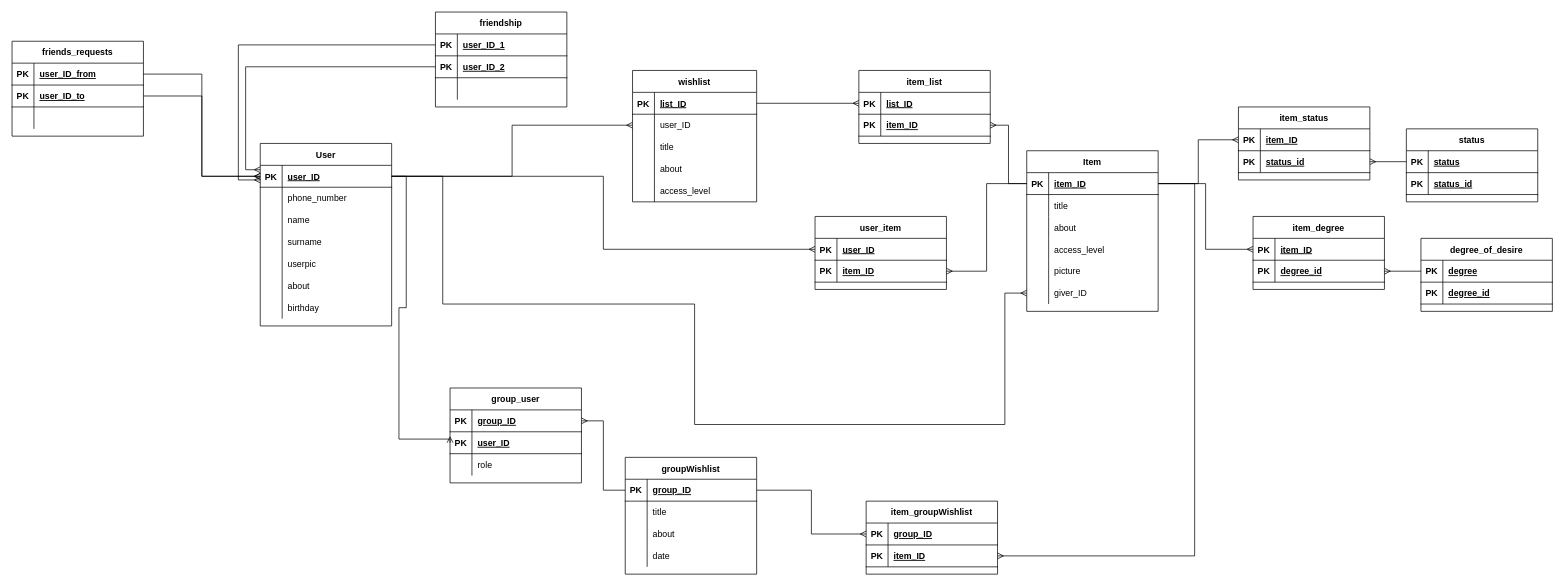
This is ER_wishlist.drawio from johuex/wishlist_rest, a draw.io file, before an edit. Source tidied: cells renumbered, new cells numbered last; positions are measured from the earlier drawing's top-left corner, leaving out a move shared by most shapes. Both pictures are drawn from the tidied source at 73%, with x=0, y=0 at pixel (12, 12).
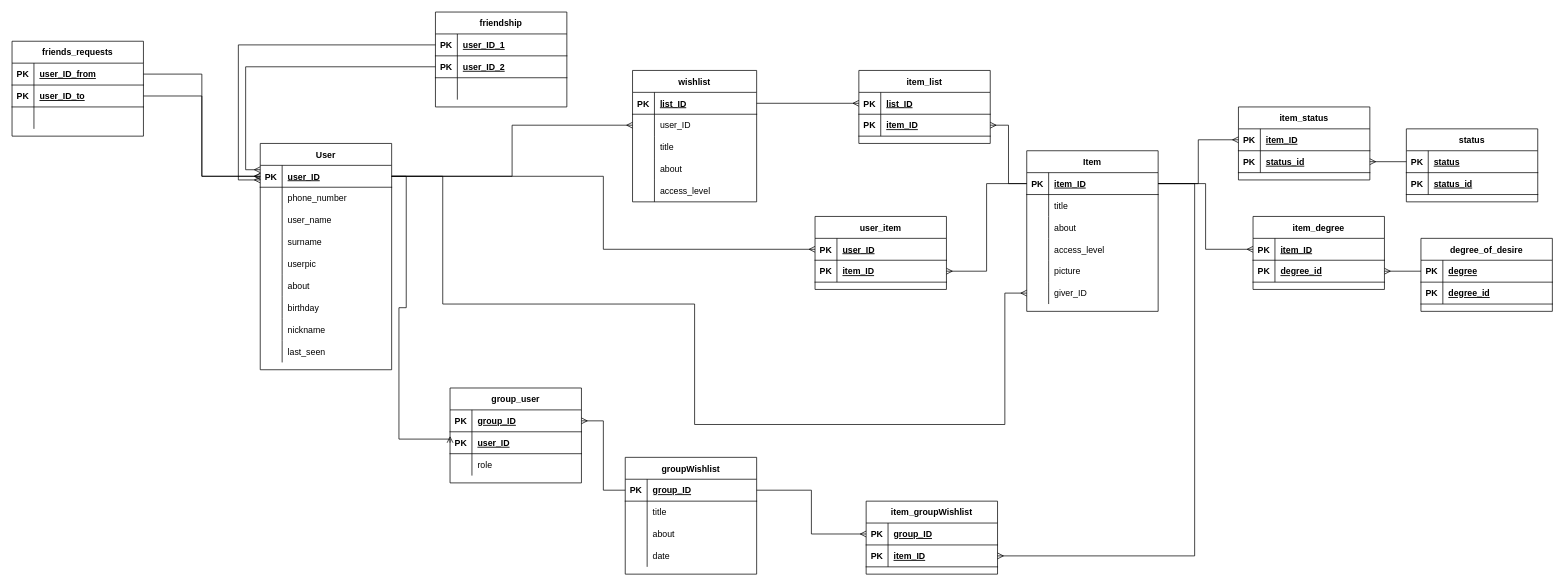
The same diagram, later.

The change refers to these unchanged cells:
```xml
<mxCell id="9" style="shape=partialRectangle;fillColor=none;top=0;left=0;bottom=0;right=0;" parent="2" vertex="1">
  <mxGeometry y="90" width="180" height="30" as="geometry" />
</mxCell>
```

Diff of the diagram source:
```diff
@@
     <mxCell id="2" value="User" style="shape=table;startSize=30;childLayout=tableLayout;rowLines=0;fontStyle=1;align=center;" parent="1" vertex="1">
-      <mxGeometry x="340" y="180" width="180" height="250" as="geometry" />
+      <mxGeometry x="340" y="180" width="180" height="310" as="geometry" />
     </mxCell>
@@
-    <mxCell id="11" value="name" style="shape=partialRectangle;fillColor=none;top=0;left=0;bottom=0;right=0;align=left;spacingLeft=6;overflow=hidden;" parent="9" vertex="1">
+    <mxCell id="11" value="user_name" style="shape=partialRectangle;fillColor=none;top=0;left=0;bottom=0;right=0;align=left;spacingLeft=6;overflow=hidden;" parent="9" vertex="1">
       <mxGeometry x="30" width="150" height="30" as="geometry" />
     </mxCell>
@@
+    <mxCell id="169" style="shape=partialRectangle;fillColor=none;top=0;left=0;bottom=0;right=0;" parent="2" vertex="1">
+      <mxGeometry y="210" width="180" height="30" as="geometry" />
+    </mxCell>
+    <mxCell id="170" style="shape=partialRectangle;fillColor=none;top=0;left=0;bottom=0;right=0;overflow=hidden;" parent="169" vertex="1">
+      <mxGeometry width="30" height="30" as="geometry" />
+    </mxCell>
+    <mxCell id="171" value="birthday" style="shape=partialRectangle;fillColor=none;top=0;left=0;bottom=0;right=0;align=left;spacingLeft=6;overflow=hidden;" parent="169" vertex="1">
+      <mxGeometry x="30" width="150" height="30" as="geometry" />
+    </mxCell>
+    <mxCell id="172" style="shape=partialRectangle;fillColor=none;top=0;left=0;bottom=0;right=0;" parent="2" vertex="1">
+      <mxGeometry y="240" width="180" height="30" as="geometry" />
+    </mxCell>
+    <mxCell id="173" style="shape=partialRectangle;fillColor=none;top=0;left=0;bottom=0;right=0;overflow=hidden;" parent="172" vertex="1">
+      <mxGeometry width="30" height="30" as="geometry" />
+    </mxCell>
+    <mxCell id="174" value="nickname" style="shape=partialRectangle;fillColor=none;top=0;left=0;bottom=0;right=0;align=left;spacingLeft=6;overflow=hidden;" parent="172" vertex="1">
+      <mxGeometry x="30" width="150" height="30" as="geometry" />
+    </mxCell>
     <mxCell id="21" style="shape=partialRectangle;fillColor=none;top=0;left=0;bottom=0;right=0;" parent="2" vertex="1">
-      <mxGeometry y="210" width="180" height="30" as="geometry" />
+      <mxGeometry y="270" width="180" height="30" as="geometry" />
     </mxCell>
@@
-    <mxCell id="23" value="birthday" style="shape=partialRectangle;fillColor=none;top=0;left=0;bottom=0;right=0;align=left;spacingLeft=6;overflow=hidden;" parent="21" vertex="1">
+    <mxCell id="23" value="last_seen" style="shape=partialRectangle;fillColor=none;top=0;left=0;bottom=0;right=0;align=left;spacingLeft=6;overflow=hidden;" parent="21" vertex="1">
       <mxGeometry x="30" width="150" height="30" as="geometry" />
     </mxCell>
```
